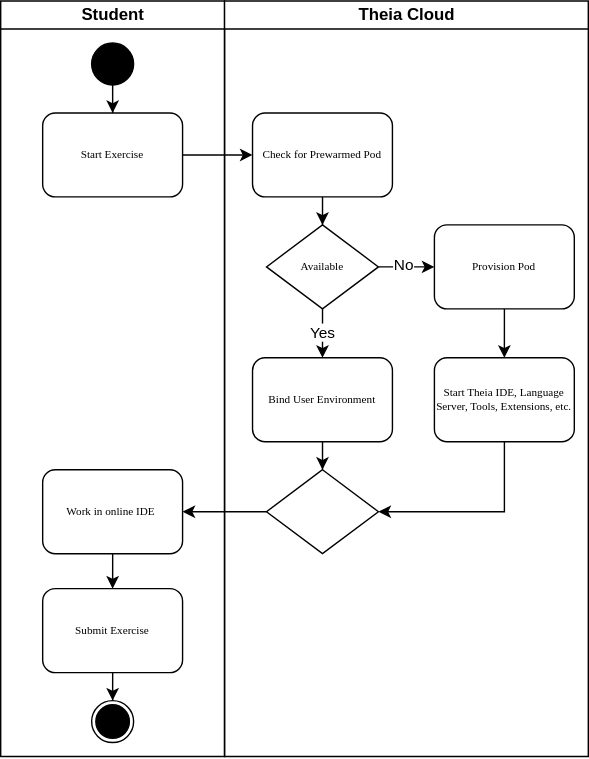
This is figures/activity-diagram.svg from lukaskratzel/ba, a draw.io export, as it was before one commit. Source tidied: cells renumbered, new cells last; positions are measured from the earlier drawing's top-left corner, leaving out a move shared by most shapes.
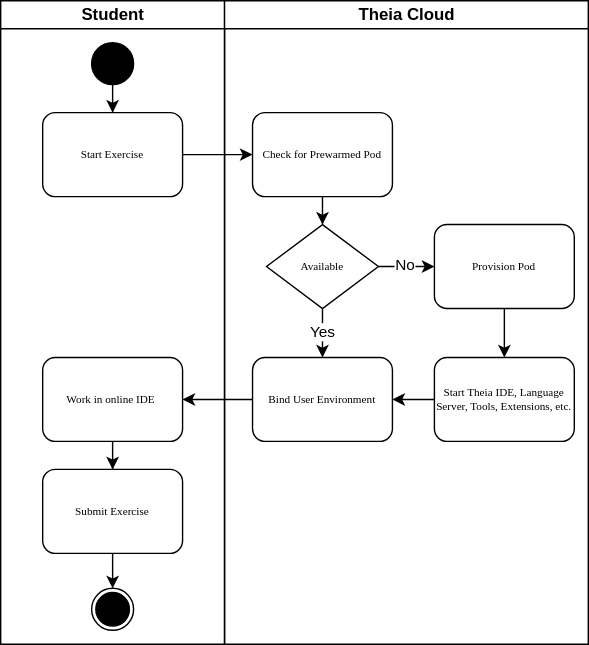
Later version of the same file.

What changed in the source:
```diff
@@ -3,7 +3,7 @@
     <mxCell id="0" />
     <mxCell id="1" parent="0" />
     <mxCell id="2" value="Student" style="swimlane;html=1;startSize=20;" parent="1" vertex="1">
-      <mxGeometry width="160" height="540" as="geometry" />
+      <mxGeometry width="160" height="460" as="geometry" />
     </mxCell>
     <mxCell id="3" style="edgeStyle=orthogonalEdgeStyle;rounded=0;jettySize=auto;html=1;entryX=0.5;entryY=0;entryDx=0;entryDy=0;" parent="2" edge="1" target="x">
       <mxGeometry relative="1" as="geometry">
@@ -15,36 +15,36 @@
         <mxPoint x="80" y="110" as="targetPoint" />
       </mxGeometry>
     </mxCell>
+    <mxCell id="7" value="Work in online IDE&amp;nbsp;" style="rounded=1;whiteSpace=wrap;html=1;shadow=0;labelBackgroundColor=none;strokeWidth=1;fontFamily=Verdana;fontSize=8;align=center;" parent="2" vertex="1">
+      <mxGeometry x="30" y="255" width="100" height="60" as="geometry" />
+    </mxCell>
+    <mxCell id="9" value="Submit Exercise" style="rounded=1;whiteSpace=wrap;html=1;shadow=0;labelBackgroundColor=none;strokeWidth=1;fontFamily=Verdana;fontSize=8;align=center;" parent="2" vertex="1">
+      <mxGeometry x="30" y="335" width="100" height="60" as="geometry" />
+    </mxCell>
+    <mxCell id="11" style="edgeStyle=orthogonalEdgeStyle;rounded=0;jettySize=auto;html=1;entryX=0.5;entryY=0;entryDx=0;entryDy=0;" parent="2" edge="1" source="7" target="9">
+      <mxGeometry relative="1" as="geometry" />
+    </mxCell>
+    <mxCell id="10" style="ellipse;whiteSpace=wrap;html=1;" parent="2" vertex="1">
+      <mxGeometry x="65" y="420" width="30" height="30" as="geometry" />
+    </mxCell>
+    <mxCell id="14" style="ellipse;whiteSpace=wrap;html=1;fillStyle=solid;fillColor=#000000;" parent="2" vertex="1">
+      <mxGeometry x="68" y="423" width="24" height="24" as="geometry" />
+    </mxCell>
+    <mxCell id="8" style="edgeStyle=orthogonalEdgeStyle;rounded=0;jettySize=auto;html=1;entryX=0.5;entryY=0;entryDx=0;entryDy=0;" parent="2" edge="1" source="9" target="10">
+      <mxGeometry relative="1" as="geometry" />
+    </mxCell>
     <mxCell id="5" value="Theia Cloud" style="swimlane;html=1;startSize=20;" parent="1" vertex="1">
-      <mxGeometry x="160" width="260" height="540" as="geometry" />
+      <mxGeometry x="160" width="260" height="460" as="geometry" />
     </mxCell>
     <mxCell id="6" value="Start Exercise" style="rounded=1;whiteSpace=wrap;html=1;shadow=0;labelBackgroundColor=none;strokeWidth=1;fontFamily=Verdana;fontSize=8;align=center;" parent="5" vertex="1">
       <mxGeometry x="-130" y="80" width="100" height="60" as="geometry" />
     </mxCell>
-    <mxCell id="7" value="Work in online IDE&amp;nbsp;" style="rounded=1;whiteSpace=wrap;html=1;shadow=0;labelBackgroundColor=none;strokeWidth=1;fontFamily=Verdana;fontSize=8;align=center;" parent="5" vertex="1">
-      <mxGeometry x="-130" y="335" width="100" height="60" as="geometry" />
-    </mxCell>
-    <mxCell id="8" style="edgeStyle=orthogonalEdgeStyle;rounded=0;jettySize=auto;html=1;entryX=0.5;entryY=0;entryDx=0;entryDy=0;" parent="5" edge="1" source="9" target="10">
-      <mxGeometry relative="1" as="geometry" />
-    </mxCell>
-    <mxCell id="9" value="Submit Exercise" style="rounded=1;whiteSpace=wrap;html=1;shadow=0;labelBackgroundColor=none;strokeWidth=1;fontFamily=Verdana;fontSize=8;align=center;" parent="5" vertex="1">
-      <mxGeometry x="-130" y="420" width="100" height="60" as="geometry" />
-    </mxCell>
-    <mxCell id="10" style="ellipse;whiteSpace=wrap;html=1;" parent="5" vertex="1">
-      <mxGeometry x="-95" y="500" width="30" height="30" as="geometry" />
-    </mxCell>
-    <mxCell id="11" style="edgeStyle=orthogonalEdgeStyle;rounded=0;jettySize=auto;html=1;entryX=0.5;entryY=0;entryDx=0;entryDy=0;" parent="5" edge="1" source="7" target="9">
-      <mxGeometry relative="1" as="geometry" />
-    </mxCell>
     <mxCell id="12" style="edgeStyle=orthogonalEdgeStyle;rounded=0;jettySize=auto;html=1;entryX=0.5;entryY=0;entryDx=0;entryDy=0;" parent="5" edge="1" source="13" target="6">
       <mxGeometry relative="1" as="geometry" />
     </mxCell>
     <mxCell id="13" style="ellipse;whiteSpace=wrap;html=1;fillStyle=solid;fillColor=#000000;" parent="5" vertex="1">
       <mxGeometry x="-95" y="30" width="30" height="30" as="geometry" />
     </mxCell>
-    <mxCell id="14" style="ellipse;whiteSpace=wrap;html=1;fillStyle=solid;fillColor=#000000;" parent="5" vertex="1">
-      <mxGeometry x="-92" y="503" width="24" height="24" as="geometry" />
-    </mxCell>
     <mxCell id="15" style="edgeStyle=orthogonalEdgeStyle;rounded=0;jettySize=auto;html=1;entryX=0.5;entryY=0;entryDx=0;entryDy=0;" parent="5" edge="1" source="16" target="20">
       <mxGeometry relative="1" as="geometry" />
     </mxCell>
@@ -63,9 +63,6 @@
     <mxCell id="20" value="Available" style="rhombus;whiteSpace=wrap;html=1;rounded=0;shadow=0;labelBackgroundColor=none;strokeWidth=1;fontFamily=Verdana;fontSize=8;align=center;" parent="5" vertex="1">
       <mxGeometry x="30" y="160" width="80" height="60" as="geometry" />
     </mxCell>
-    <mxCell id="21" style="edgeStyle=orthogonalEdgeStyle;rounded=0;jettySize=auto;html=1;entryX=0.5;entryY=0;entryDx=0;entryDy=0;" parent="5" edge="1" source="22" target="27">
-      <mxGeometry relative="1" as="geometry" />
-    </mxCell>
     <mxCell id="22" value="Bind User Environment" style="rounded=1;whiteSpace=wrap;html=1;shadow=0;labelBackgroundColor=none;strokeWidth=1;fontFamily=Verdana;fontSize=8;align=center;" parent="5" vertex="1">
       <mxGeometry x="20" y="255" width="100" height="60" as="geometry" />
     </mxCell>
@@ -75,24 +72,17 @@
     <mxCell id="24" value="Provision Pod" style="rounded=1;whiteSpace=wrap;html=1;shadow=0;labelBackgroundColor=none;strokeWidth=1;fontFamily=Verdana;fontSize=8;align=center;" parent="5" vertex="1">
       <mxGeometry x="150" y="160" width="100" height="60" as="geometry" />
     </mxCell>
-    <mxCell id="25" style="edgeStyle=orthogonalEdgeStyle;rounded=0;jettySize=auto;html=1;entryX=1;entryY=0.5;entryDx=0;entryDy=0;" parent="5" edge="1" source="26" target="27">
-      <mxGeometry relative="1" as="geometry">
-        <Array as="points">
-          <mxPoint x="200" y="365" />
-        </Array>
-      </mxGeometry>
-    </mxCell>
+    <mxCell id="30" style="edgeStyle=orthogonalEdgeStyle;rounded=0;jettySize=auto;html=1;entryX=1;entryY=0.5;entryDx=0;entryDy=0;" parent="5" edge="1" source="26" target="22">
+      <mxGeometry relative="1" as="geometry" />
+    </mxCell>
     <mxCell id="26" value="Start Theia IDE, Language Server, Tools, Extensions, etc." style="rounded=1;whiteSpace=wrap;html=1;shadow=0;labelBackgroundColor=none;strokeWidth=1;fontFamily=Verdana;fontSize=8;align=center;" parent="5" vertex="1">
       <mxGeometry x="150" y="255" width="100" height="60" as="geometry" />
     </mxCell>
-    <mxCell id="27" style="rhombus;whiteSpace=wrap;html=1;rounded=0;shadow=0;labelBackgroundColor=none;strokeWidth=1;fontFamily=Verdana;fontSize=8;align=center;" parent="5" vertex="1">
-      <mxGeometry x="30" y="335" width="80" height="60" as="geometry" />
-    </mxCell>
     <mxCell id="28" style="edgeStyle=orthogonalEdgeStyle;rounded=0;jettySize=auto;html=1;entryX=0;entryY=0.5;entryDx=0;entryDy=0;" parent="5" edge="1" source="6" target="16">
       <mxGeometry relative="1" as="geometry" />
     </mxCell>
-    <mxCell id="29" style="edgeStyle=orthogonalEdgeStyle;rounded=0;jettySize=auto;html=1;entryX=1;entryY=0.5;entryDx=0;entryDy=0;" parent="5" edge="1" source="27" target="7">
-      <mxGeometry relative="1" as="geometry" />
-    </mxCell>
+    <mxCell id="31" style="edgeStyle=orthogonalEdgeStyle;rounded=0;jettySize=auto;html=1;" parent="1" edge="1" source="22" target="7">
+      <mxGeometry relative="1" as="geometry" />
+    </mxCell>
   </root>
 </mxGraphModel>
```
